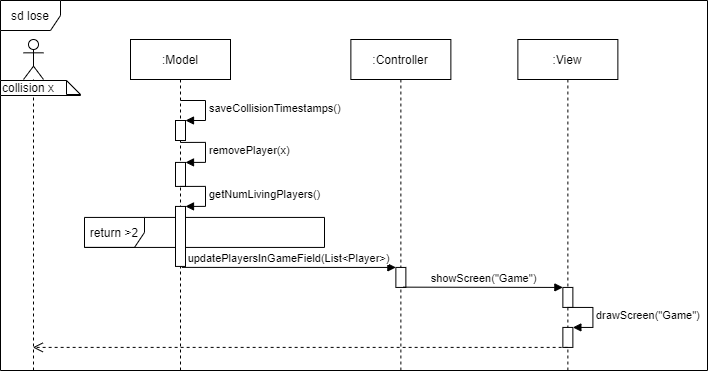
Above: Doku/images/SD_UC7Lose.png in KjellooMelloo/gameoftrons (draw.io), before the change. Source tidied: cells renumbered, new cells last; positions are measured from the earlier drawing's top-left corner, leaving out a move shared by most shapes. The source it was exported from:
```xml
<mxGraphModel>
  <root>
    <mxCell id="0" />
    <mxCell id="1" parent="0" />
    <mxCell id="2" value="sd lose" style="shape=umlFrame;whiteSpace=wrap;html=1;fillColor=#ffffff;" parent="1" vertex="1">
      <mxGeometry width="707" height="370" as="geometry" />
    </mxCell>
    <mxCell id="3" value="return &amp;gt;2" style="shape=umlFrame;whiteSpace=wrap;html=1;fillColor=#ffffff;" parent="1" vertex="1">
      <mxGeometry x="84" y="216.9" width="240" height="30" as="geometry" />
    </mxCell>
    <mxCell id="4" value=":Model" style="shape=umlLifeline;perimeter=lifelinePerimeter;whiteSpace=wrap;html=1;" parent="1" vertex="1">
      <mxGeometry x="130" y="39" width="100" height="331" as="geometry" />
    </mxCell>
    <mxCell id="5" style="html=1;points=[];perimeter=orthogonalPerimeter;fillColor=#ffffff;" parent="4" vertex="1">
      <mxGeometry x="45" y="122.9" width="10" height="24" as="geometry" />
    </mxCell>
    <mxCell id="6" value="removePlayer(x)" style="edgeStyle=orthogonalEdgeStyle;html=1;align=left;spacingLeft=2;endArrow=block;rounded=0;entryX=1;entryY=0;" parent="4" edge="1" target="5">
      <mxGeometry relative="1" as="geometry">
        <mxPoint x="50" y="102.9" as="sourcePoint" />
        <Array as="points">
          <mxPoint x="75" y="102.9" />
        </Array>
      </mxGeometry>
    </mxCell>
    <mxCell id="7" style="html=1;points=[];perimeter=orthogonalPerimeter;fillColor=#ffffff;" parent="4" vertex="1">
      <mxGeometry x="45" y="166.9" width="10" height="60" as="geometry" />
    </mxCell>
    <mxCell id="8" value="getNumLivingPlayers()" style="edgeStyle=orthogonalEdgeStyle;html=1;align=left;spacingLeft=2;endArrow=block;rounded=0;entryX=1;entryY=0;" parent="4" edge="1" target="7">
      <mxGeometry relative="1" as="geometry">
        <mxPoint x="50" y="146.9" as="sourcePoint" />
        <Array as="points">
          <mxPoint x="75" y="146.9" />
        </Array>
      </mxGeometry>
    </mxCell>
    <mxCell id="9" style="html=1;points=[];perimeter=orthogonalPerimeter;" parent="4" vertex="1">
      <mxGeometry x="45" y="81" width="10" height="20" as="geometry" />
    </mxCell>
    <mxCell id="10" value="saveCollisionTimestamps()" style="edgeStyle=orthogonalEdgeStyle;html=1;align=left;spacingLeft=2;endArrow=block;rounded=0;entryX=1;entryY=0;" parent="4" edge="1" target="9">
      <mxGeometry relative="1" as="geometry">
        <mxPoint x="50" y="61" as="sourcePoint" />
        <Array as="points">
          <mxPoint x="75" y="61" />
        </Array>
      </mxGeometry>
    </mxCell>
    <mxCell id="11" style="shape=umlLifeline;participant=umlActor;perimeter=lifelinePerimeter;whiteSpace=wrap;html=1;verticalAlign=top;spacingTop=36;labelBackgroundColor=#ffffff;" parent="1" vertex="1">
      <mxGeometry x="23" y="39" width="20" height="331" as="geometry" />
    </mxCell>
    <mxCell id="12" value=":Controller" style="shape=umlLifeline;perimeter=lifelinePerimeter;whiteSpace=wrap;html=1;" parent="1" vertex="1">
      <mxGeometry x="350.4" y="39" width="100" height="331" as="geometry" />
    </mxCell>
    <mxCell id="13" style="html=1;points=[];perimeter=orthogonalPerimeter;" parent="12" vertex="1">
      <mxGeometry x="45" y="227.9" width="10" height="20" as="geometry" />
    </mxCell>
    <mxCell id="14" value=":View" style="shape=umlLifeline;perimeter=lifelinePerimeter;whiteSpace=wrap;html=1;" parent="1" vertex="1">
      <mxGeometry x="517.4" y="39" width="100" height="331" as="geometry" />
    </mxCell>
    <mxCell id="15" style="html=1;points=[];perimeter=orthogonalPerimeter;" parent="14" vertex="1">
      <mxGeometry x="45" y="247.9" width="10" height="20" as="geometry" />
    </mxCell>
    <mxCell id="16" style="html=1;points=[];perimeter=orthogonalPerimeter;" parent="14" vertex="1">
      <mxGeometry x="45" y="287.9" width="10" height="20" as="geometry" />
    </mxCell>
    <mxCell id="17" value="drawScreen(&quot;Game&quot;)" style="edgeStyle=orthogonalEdgeStyle;html=1;align=left;spacingLeft=2;endArrow=block;rounded=0;entryX=1;entryY=0;" parent="14" edge="1" target="16">
      <mxGeometry relative="1" as="geometry">
        <mxPoint x="50" y="267.9" as="sourcePoint" />
        <Array as="points">
          <mxPoint x="75" y="267.9" />
        </Array>
      </mxGeometry>
    </mxCell>
    <mxCell id="18" value="collision x" style="shape=note;whiteSpace=wrap;html=1;size=14;verticalAlign=top;align=left;spacingTop=-6;" parent="1" vertex="1">
      <mxGeometry y="80" width="80" height="15" as="geometry" />
    </mxCell>
    <mxCell id="19" value="updatePlayersInGameField(List&amp;lt;Player&amp;gt;)" style="html=1;verticalAlign=bottom;endArrow=block;entryX=0;entryY=0;exitX=0.638;exitY=0.998;exitDx=0;exitDy=0;exitPerimeter=0;" parent="1" edge="1" target="13">
      <mxGeometry relative="1" as="geometry">
        <mxPoint x="181.4" y="266.9" as="sourcePoint" />
      </mxGeometry>
    </mxCell>
    <mxCell id="20" value="showScreen(&quot;Game&quot;)" style="html=1;verticalAlign=bottom;endArrow=block;entryX=0;entryY=0;exitX=0.717;exitY=0.986;exitDx=0;exitDy=0;exitPerimeter=0;" parent="1" edge="1" source="13" target="15">
      <mxGeometry relative="1" as="geometry" />
    </mxCell>
    <mxCell id="21" style="html=1;verticalAlign=bottom;endArrow=open;dashed=1;endSize=8;exitX=0.477;exitY=0.998;exitDx=0;exitDy=0;exitPerimeter=0;" parent="1" edge="1" source="16">
      <mxGeometry relative="1" as="geometry">
        <mxPoint x="32.3" y="346.9" as="targetPoint" />
      </mxGeometry>
    </mxCell>
  </root>
</mxGraphModel>
```
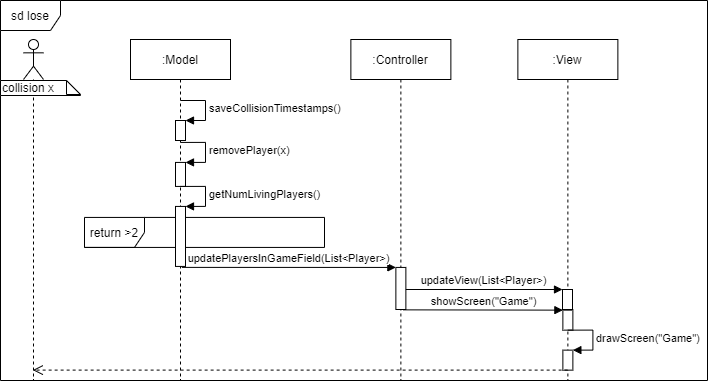
The same file after the commit.

Commit message:
added notifyGameResult() and updateView() for SDs

Change to the diagram source:
```diff
@@ -3,13 +3,13 @@
     <mxCell id="0" />
     <mxCell id="1" parent="0" />
     <mxCell id="2" value="sd lose" style="shape=umlFrame;whiteSpace=wrap;html=1;fillColor=#ffffff;" parent="1" vertex="1">
-      <mxGeometry width="707" height="370" as="geometry" />
+      <mxGeometry width="707" height="380" as="geometry" />
     </mxCell>
     <mxCell id="3" value="return &amp;gt;2" style="shape=umlFrame;whiteSpace=wrap;html=1;fillColor=#ffffff;" parent="1" vertex="1">
       <mxGeometry x="84" y="216.9" width="240" height="30" as="geometry" />
     </mxCell>
     <mxCell id="4" value=":Model" style="shape=umlLifeline;perimeter=lifelinePerimeter;whiteSpace=wrap;html=1;" parent="1" vertex="1">
-      <mxGeometry x="130" y="39" width="100" height="331" as="geometry" />
+      <mxGeometry x="130" y="39" width="100" height="341" as="geometry" />
     </mxCell>
     <mxCell id="5" style="html=1;points=[];perimeter=orthogonalPerimeter;fillColor=#ffffff;" parent="4" vertex="1">
       <mxGeometry x="45" y="122.9" width="10" height="24" as="geometry" />
@@ -45,46 +45,54 @@
       </mxGeometry>
     </mxCell>
     <mxCell id="11" style="shape=umlLifeline;participant=umlActor;perimeter=lifelinePerimeter;whiteSpace=wrap;html=1;verticalAlign=top;spacingTop=36;labelBackgroundColor=#ffffff;" parent="1" vertex="1">
-      <mxGeometry x="23" y="39" width="20" height="331" as="geometry" />
+      <mxGeometry x="23" y="39" width="20" height="341" as="geometry" />
     </mxCell>
     <mxCell id="12" value=":Controller" style="shape=umlLifeline;perimeter=lifelinePerimeter;whiteSpace=wrap;html=1;" parent="1" vertex="1">
-      <mxGeometry x="350.4" y="39" width="100" height="331" as="geometry" />
+      <mxGeometry x="350.4" y="39" width="100" height="341" as="geometry" />
     </mxCell>
     <mxCell id="13" style="html=1;points=[];perimeter=orthogonalPerimeter;" parent="12" vertex="1">
-      <mxGeometry x="45" y="227.9" width="10" height="20" as="geometry" />
+      <mxGeometry x="45" y="227.9" width="10" height="42.1" as="geometry" />
     </mxCell>
     <mxCell id="14" value=":View" style="shape=umlLifeline;perimeter=lifelinePerimeter;whiteSpace=wrap;html=1;" parent="1" vertex="1">
-      <mxGeometry x="517.4" y="39" width="100" height="331" as="geometry" />
+      <mxGeometry x="517.4" y="39" width="100" height="341" as="geometry" />
     </mxCell>
     <mxCell id="15" style="html=1;points=[];perimeter=orthogonalPerimeter;" parent="14" vertex="1">
-      <mxGeometry x="45" y="247.9" width="10" height="20" as="geometry" />
+      <mxGeometry x="45" y="270.6" width="10" height="20" as="geometry" />
     </mxCell>
     <mxCell id="16" style="html=1;points=[];perimeter=orthogonalPerimeter;" parent="14" vertex="1">
-      <mxGeometry x="45" y="287.9" width="10" height="20" as="geometry" />
+      <mxGeometry x="45" y="310.6" width="10" height="20" as="geometry" />
     </mxCell>
     <mxCell id="17" value="drawScreen(&quot;Game&quot;)" style="edgeStyle=orthogonalEdgeStyle;html=1;align=left;spacingLeft=2;endArrow=block;rounded=0;entryX=1;entryY=0;" parent="14" edge="1" target="16">
       <mxGeometry relative="1" as="geometry">
-        <mxPoint x="50" y="267.9" as="sourcePoint" />
+        <mxPoint x="50" y="290.6" as="sourcePoint" />
         <Array as="points">
-          <mxPoint x="75" y="267.9" />
+          <mxPoint x="75" y="290.6" />
         </Array>
       </mxGeometry>
     </mxCell>
-    <mxCell id="18" value="collision x" style="shape=note;whiteSpace=wrap;html=1;size=14;verticalAlign=top;align=left;spacingTop=-6;" parent="1" vertex="1">
-      <mxGeometry y="80" width="80" height="15" as="geometry" />
+    <mxCell id="18" style="html=1;points=[];perimeter=orthogonalPerimeter;" parent="14" vertex="1">
+      <mxGeometry x="44.6" y="250" width="10" height="20" as="geometry" />
     </mxCell>
-    <mxCell id="19" value="updatePlayersInGameField(List&amp;lt;Player&amp;gt;)" style="html=1;verticalAlign=bottom;endArrow=block;entryX=0;entryY=0;exitX=0.638;exitY=0.998;exitDx=0;exitDy=0;exitPerimeter=0;" parent="1" edge="1" target="13">
-      <mxGeometry relative="1" as="geometry">
-        <mxPoint x="181.4" y="266.9" as="sourcePoint" />
-      </mxGeometry>
+    <mxCell id="19" value="collision x" style="shape=note;whiteSpace=wrap;html=1;size=14;verticalAlign=top;align=left;spacingTop=-6;" parent="1" vertex="1">
+      <mxGeometry y="80" width="80" height="15" as="geometry" />
     </mxCell>
-    <mxCell id="20" value="showScreen(&quot;Game&quot;)" style="html=1;verticalAlign=bottom;endArrow=block;entryX=0;entryY=0;exitX=0.717;exitY=0.986;exitDx=0;exitDy=0;exitPerimeter=0;" parent="1" edge="1" source="13" target="15">
-      <mxGeometry relative="1" as="geometry" />
+    <mxCell id="20" value="updatePlayersInGameField(List&amp;lt;Player&amp;gt;)" style="html=1;verticalAlign=bottom;endArrow=block;entryX=0;entryY=0;exitX=0.638;exitY=0.998;exitDx=0;exitDy=0;exitPerimeter=0;" parent="1" edge="1" target="13">
+      <mxGeometry relative="1" as="geometry">
+        <mxPoint x="181.4" y="266.9" as="sourcePoint" />
+      </mxGeometry>
     </mxCell>
-    <mxCell id="21" style="html=1;verticalAlign=bottom;endArrow=open;dashed=1;endSize=8;exitX=0.477;exitY=0.998;exitDx=0;exitDy=0;exitPerimeter=0;" parent="1" edge="1" source="16">
+    <mxCell id="21" value="showScreen(&quot;Game&quot;)" style="html=1;verticalAlign=bottom;endArrow=block;entryX=0;entryY=0;exitX=0.717;exitY=0.986;exitDx=0;exitDy=0;exitPerimeter=0;" parent="1" edge="1" target="15">
       <mxGeometry relative="1" as="geometry">
-        <mxPoint x="32.3" y="346.9" as="targetPoint" />
+        <mxPoint x="402.5" y="309.4" as="sourcePoint" />
       </mxGeometry>
     </mxCell>
+    <mxCell id="22" style="html=1;verticalAlign=bottom;endArrow=open;dashed=1;endSize=8;exitX=0.477;exitY=0.998;exitDx=0;exitDy=0;exitPerimeter=0;" parent="1" edge="1" source="16">
+      <mxGeometry relative="1" as="geometry">
+        <mxPoint x="32.3" y="369.6" as="targetPoint" />
+      </mxGeometry>
+    </mxCell>
+    <mxCell id="23" value="updateView(List&amp;lt;Player&amp;gt;)" style="html=1;verticalAlign=bottom;endArrow=block;entryX=0;entryY=0;" parent="1" edge="1" source="13" target="18">
+      <mxGeometry relative="1" as="geometry" />
+    </mxCell>
   </root>
 </mxGraphModel>
```
